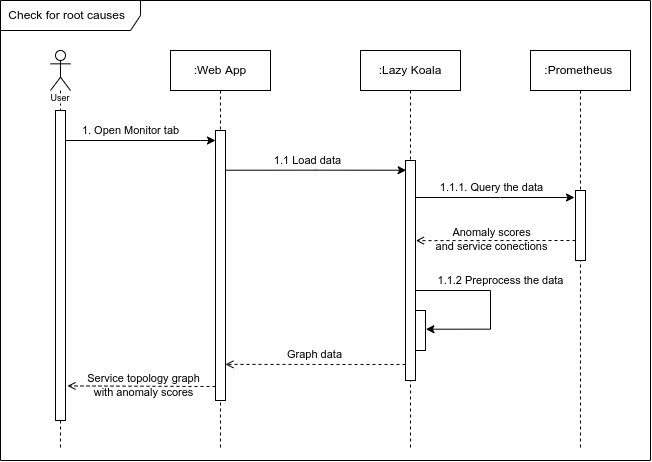
Before: documentation/thesis/assets/system-design/sequence-diagram-1.png, a diagram exported from draw.io (isala404/lazy-koala). Source tidied: cells renumbered, new cells last; positions are measured from the earlier drawing's top-left corner, leaving out a move shared by most shapes. Source of this version:
```xml
<mxGraphModel>
  <root>
    <mxCell id="0" />
    <mxCell id="1" parent="0" />
    <mxCell id="2" value="Check for root causes&amp;nbsp;&amp;nbsp;" style="shape=umlFrame;whiteSpace=wrap;html=1;labelBackgroundColor=none;width=140;height=30;" parent="1" vertex="1">
      <mxGeometry width="650" height="460" as="geometry" />
    </mxCell>
    <mxCell id="3" style="shape=umlLifeline;participant=umlActor;perimeter=lifelinePerimeter;whiteSpace=wrap;html=1;verticalAlign=top;spacingTop=36;" parent="1" vertex="1">
      <mxGeometry x="50" y="50" width="20" height="400" as="geometry" />
    </mxCell>
    <mxCell id="4" style="html=1;points=[];perimeter=orthogonalPerimeter;" parent="3" vertex="1">
      <mxGeometry x="5" y="60" width="10" height="310" as="geometry" />
    </mxCell>
    <mxCell id="5" value=":Web App" style="shape=umlLifeline;perimeter=lifelinePerimeter;whiteSpace=wrap;html=1;" parent="1" vertex="1">
      <mxGeometry x="170" y="50" width="100" height="400" as="geometry" />
    </mxCell>
    <mxCell id="6" style="html=1;points=[];perimeter=orthogonalPerimeter;" parent="5" vertex="1">
      <mxGeometry x="45" y="80" width="10" height="270" as="geometry" />
    </mxCell>
    <mxCell id="7" value=":Lazy Koala" style="shape=umlLifeline;perimeter=lifelinePerimeter;whiteSpace=wrap;html=1;" parent="1" vertex="1">
      <mxGeometry x="360" y="50" width="100" height="400" as="geometry" />
    </mxCell>
    <mxCell id="8" style="edgeStyle=orthogonalEdgeStyle;rounded=0;jettySize=auto;html=1;entryX=1.038;entryY=0.468;entryDx=0;entryDy=0;entryPerimeter=0;endArrow=classic;endFill=1;" parent="7" edge="1" target="11">
      <mxGeometry relative="1" as="geometry">
        <mxPoint x="55" y="240" as="sourcePoint" />
        <Array as="points">
          <mxPoint x="130" y="240" />
          <mxPoint x="130" y="279" />
        </Array>
      </mxGeometry>
    </mxCell>
    <mxCell id="9" value="1.1.2 Preprocess the data" style="edgeLabel;html=1;align=center;verticalAlign=middle;" parent="8" vertex="1">
      <mxGeometry x="-0.55" y="1" relative="1" as="geometry">
        <mxPoint x="45" y="-9" as="offset" />
      </mxGeometry>
    </mxCell>
    <mxCell id="10" style="html=1;perimeter=orthogonalPerimeter;" parent="7" vertex="1">
      <mxGeometry x="45" y="110" width="10" height="220" as="geometry" />
    </mxCell>
    <mxCell id="11" style="html=1;points=[];perimeter=orthogonalPerimeter;" parent="7" vertex="1">
      <mxGeometry x="55" y="260" width="10" height="40" as="geometry" />
    </mxCell>
    <mxCell id="12" value=":Prometheus&amp;nbsp;" style="shape=umlLifeline;perimeter=lifelinePerimeter;whiteSpace=wrap;html=1;" parent="1" vertex="1">
      <mxGeometry x="530" y="50" width="100" height="400" as="geometry" />
    </mxCell>
    <mxCell id="13" style="html=1;perimeter=orthogonalPerimeter;" parent="12" vertex="1">
      <mxGeometry x="45" y="140" width="10" height="70" as="geometry" />
    </mxCell>
    <mxCell id="14" style="edgeStyle=orthogonalEdgeStyle;rounded=0;jettySize=auto;html=1;" parent="1" edge="1" source="4" target="6">
      <mxGeometry relative="1" as="geometry">
        <Array as="points">
          <mxPoint x="200" y="140" />
          <mxPoint x="200" y="140" />
        </Array>
      </mxGeometry>
    </mxCell>
    <mxCell id="15" value="1. Open Monitor tab" style="edgeLabel;html=1;align=center;verticalAlign=middle;" parent="14" vertex="1">
      <mxGeometry x="-0.24" y="1" relative="1" as="geometry">
        <mxPoint x="8" y="-9" as="offset" />
      </mxGeometry>
    </mxCell>
    <mxCell id="16" style="edgeStyle=orthogonalEdgeStyle;rounded=0;orthogonalLoop=1;jettySize=auto;html=1;entryX=0.067;entryY=0.226;entryDx=0;entryDy=0;entryPerimeter=0;" parent="1" edge="1">
      <mxGeometry relative="1" as="geometry">
        <mxPoint x="225" y="169.7" as="sourcePoint" />
        <mxPoint x="405.7" y="169.7" as="targetPoint" />
        <Array as="points">
          <mxPoint x="315" y="170" />
        </Array>
      </mxGeometry>
    </mxCell>
    <mxCell id="17" value="1.1 Load data" style="edgeLabel;html=1;align=center;verticalAlign=middle;" parent="16" vertex="1">
      <mxGeometry x="-0.09" y="2" relative="1" as="geometry">
        <mxPoint y="-8" as="offset" />
      </mxGeometry>
    </mxCell>
    <mxCell id="18" style="edgeStyle=orthogonalEdgeStyle;rounded=0;orthogonalLoop=1;jettySize=auto;html=1;" parent="1" edge="1">
      <mxGeometry relative="1" as="geometry">
        <mxPoint x="415" y="197" as="sourcePoint" />
        <mxPoint x="574" y="197" as="targetPoint" />
        <Array as="points">
          <mxPoint x="500" y="197" />
          <mxPoint x="500" y="197" />
        </Array>
      </mxGeometry>
    </mxCell>
    <mxCell id="19" value="1.1.1. Query the data" style="edgeLabel;html=1;align=center;verticalAlign=middle;" parent="18" vertex="1">
      <mxGeometry x="-0.2" relative="1" as="geometry">
        <mxPoint x="12" y="-10" as="offset" />
      </mxGeometry>
    </mxCell>
    <mxCell id="20" style="edgeStyle=orthogonalEdgeStyle;rounded=0;orthogonalLoop=1;jettySize=auto;html=1;entryX=1.038;entryY=0.501;entryDx=0;entryDy=0;entryPerimeter=0;dashed=1;endArrow=open;endFill=0;" parent="1" edge="1">
      <mxGeometry relative="1" as="geometry">
        <mxPoint x="575" y="240" as="sourcePoint" />
        <mxPoint x="415.4" y="240.1" as="targetPoint" />
        <Array as="points">
          <mxPoint x="530" y="240" />
          <mxPoint x="530" y="240" />
        </Array>
      </mxGeometry>
    </mxCell>
    <mxCell id="21" value="Anomaly scores&lt;br&gt;and service conections" style="edgeLabel;html=1;align=center;verticalAlign=middle;labelBackgroundColor=none;" parent="20" vertex="1">
      <mxGeometry x="0.22" y="-1" relative="1" as="geometry">
        <mxPoint x="13" as="offset" />
      </mxGeometry>
    </mxCell>
    <mxCell id="22" style="edgeStyle=orthogonalEdgeStyle;rounded=0;orthogonalLoop=1;jettySize=auto;html=1;entryX=0.99;entryY=0.438;entryDx=0;entryDy=0;entryPerimeter=0;dashed=1;endArrow=open;endFill=0;" parent="1" edge="1">
      <mxGeometry relative="1" as="geometry">
        <mxPoint x="405" y="364" as="sourcePoint" />
        <mxPoint x="224.9" y="363.9" as="targetPoint" />
        <Array as="points">
          <mxPoint x="360" y="364" />
          <mxPoint x="360" y="364" />
        </Array>
      </mxGeometry>
    </mxCell>
    <mxCell id="23" value="Graph data" style="edgeLabel;html=1;align=center;verticalAlign=middle;" parent="22" vertex="1">
      <mxGeometry x="-0.28" relative="1" as="geometry">
        <mxPoint x="-26" y="-10" as="offset" />
      </mxGeometry>
    </mxCell>
    <mxCell id="24" style="edgeStyle=orthogonalEdgeStyle;rounded=0;orthogonalLoop=1;jettySize=auto;html=1;entryX=1.2;entryY=0.515;entryDx=0;entryDy=0;entryPerimeter=0;dashed=1;endArrow=open;endFill=0;" parent="1" edge="1">
      <mxGeometry relative="1" as="geometry">
        <mxPoint x="215" y="386" as="sourcePoint" />
        <mxPoint x="67" y="385.3" as="targetPoint" />
        <Array as="points">
          <mxPoint x="67" y="386" />
        </Array>
      </mxGeometry>
    </mxCell>
    <mxCell id="25" value="Service topology graph&lt;br&gt;with anomaly scores" style="edgeLabel;html=1;align=center;verticalAlign=middle;labelBackgroundColor=none;" parent="24" vertex="1">
      <mxGeometry x="-0.3" relative="1" as="geometry">
        <mxPoint x="-21" y="-1" as="offset" />
      </mxGeometry>
    </mxCell>
    <mxCell id="26" value="User" style="whiteSpace=wrap;html=1;labelBackgroundColor=none;fontSize=9;fillColor=default;strokeColor=none;" parent="1" vertex="1">
      <mxGeometry x="45" y="93" width="30" height="10" as="geometry" />
    </mxCell>
  </root>
</mxGraphModel>
```
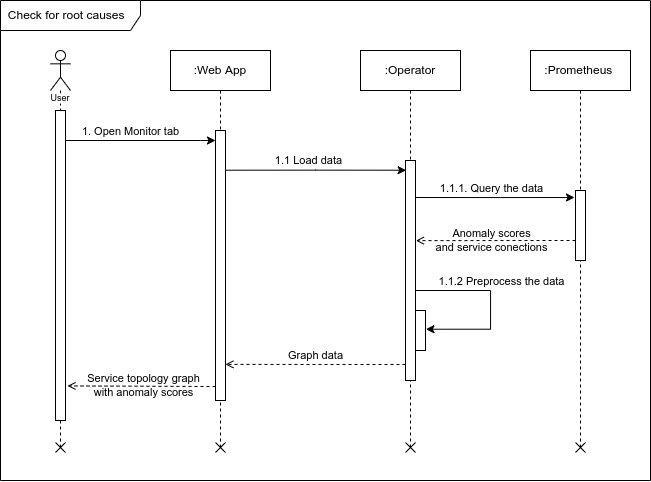
After the commit.

What changed in the source:
```diff
@@ -3,7 +3,7 @@
     <mxCell id="0" />
     <mxCell id="1" parent="0" />
     <mxCell id="2" value="Check for root causes&amp;nbsp;&amp;nbsp;" style="shape=umlFrame;whiteSpace=wrap;html=1;labelBackgroundColor=none;width=140;height=30;" parent="1" vertex="1">
-      <mxGeometry width="650" height="460" as="geometry" />
+      <mxGeometry width="650" height="480" as="geometry" />
     </mxCell>
     <mxCell id="3" style="shape=umlLifeline;participant=umlActor;perimeter=lifelinePerimeter;whiteSpace=wrap;html=1;verticalAlign=top;spacingTop=36;" parent="1" vertex="1">
       <mxGeometry x="50" y="50" width="20" height="400" as="geometry" />
@@ -17,7 +17,7 @@
     <mxCell id="6" style="html=1;points=[];perimeter=orthogonalPerimeter;" parent="5" vertex="1">
       <mxGeometry x="45" y="80" width="10" height="270" as="geometry" />
     </mxCell>
-    <mxCell id="7" value=":Lazy Koala" style="shape=umlLifeline;perimeter=lifelinePerimeter;whiteSpace=wrap;html=1;" parent="1" vertex="1">
+    <mxCell id="7" value=":Operator" style="shape=umlLifeline;perimeter=lifelinePerimeter;whiteSpace=wrap;html=1;" parent="1" vertex="1">
       <mxGeometry x="360" y="50" width="100" height="400" as="geometry" />
     </mxCell>
     <mxCell id="8" style="edgeStyle=orthogonalEdgeStyle;rounded=0;jettySize=auto;html=1;entryX=1.038;entryY=0.468;entryDx=0;entryDy=0;entryPerimeter=0;endArrow=classic;endFill=1;" parent="7" edge="1" target="11">
@@ -135,5 +135,17 @@
     <mxCell id="26" value="User" style="whiteSpace=wrap;html=1;labelBackgroundColor=none;fontSize=9;fillColor=default;strokeColor=none;" parent="1" vertex="1">
       <mxGeometry x="45" y="93" width="30" height="10" as="geometry" />
     </mxCell>
+    <mxCell id="27" style="shape=umlDestroy;whiteSpace=wrap;html=1;strokeWidth=1;" parent="1" vertex="1">
+      <mxGeometry x="55" y="442" width="10" height="10" as="geometry" />
+    </mxCell>
+    <mxCell id="28" style="shape=umlDestroy;whiteSpace=wrap;html=1;strokeWidth=1;" parent="1" vertex="1">
+      <mxGeometry x="215" y="442" width="10" height="10" as="geometry" />
+    </mxCell>
+    <mxCell id="29" style="shape=umlDestroy;whiteSpace=wrap;html=1;strokeWidth=1;" parent="1" vertex="1">
+      <mxGeometry x="405" y="442" width="10" height="10" as="geometry" />
+    </mxCell>
+    <mxCell id="30" style="shape=umlDestroy;whiteSpace=wrap;html=1;strokeWidth=1;" parent="1" vertex="1">
+      <mxGeometry x="575" y="442" width="10" height="10" as="geometry" />
+    </mxCell>
   </root>
 </mxGraphModel>
```
